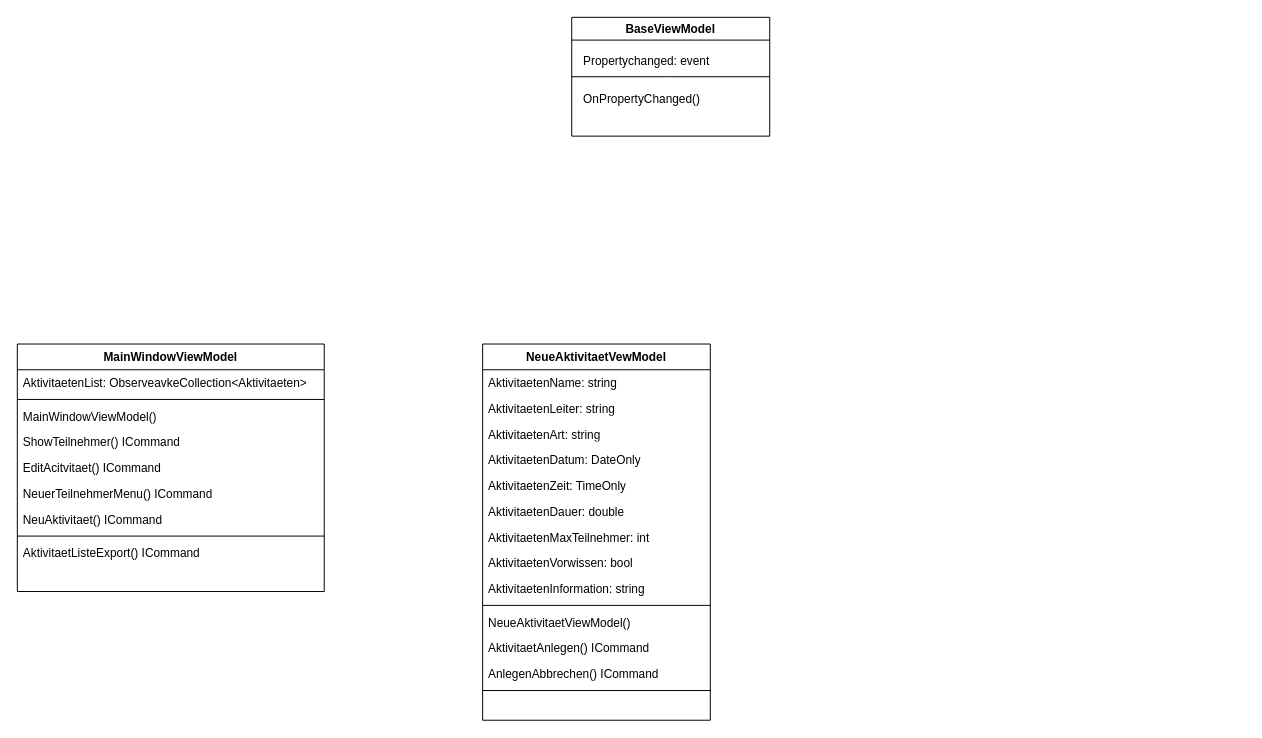
Above: CVAVT/Diagrams/UML_erweitert.drawio in mastapetz/CVAVT (draw.io), before the change. Source tidied: cells renumbered, new cells numbered last; positions are measured from the earlier drawing's top-left corner, leaving out a move shared by most shapes. Both pictures are drawn from the tidied source at 99%, with x=0, y=0 at pixel (17, 17).
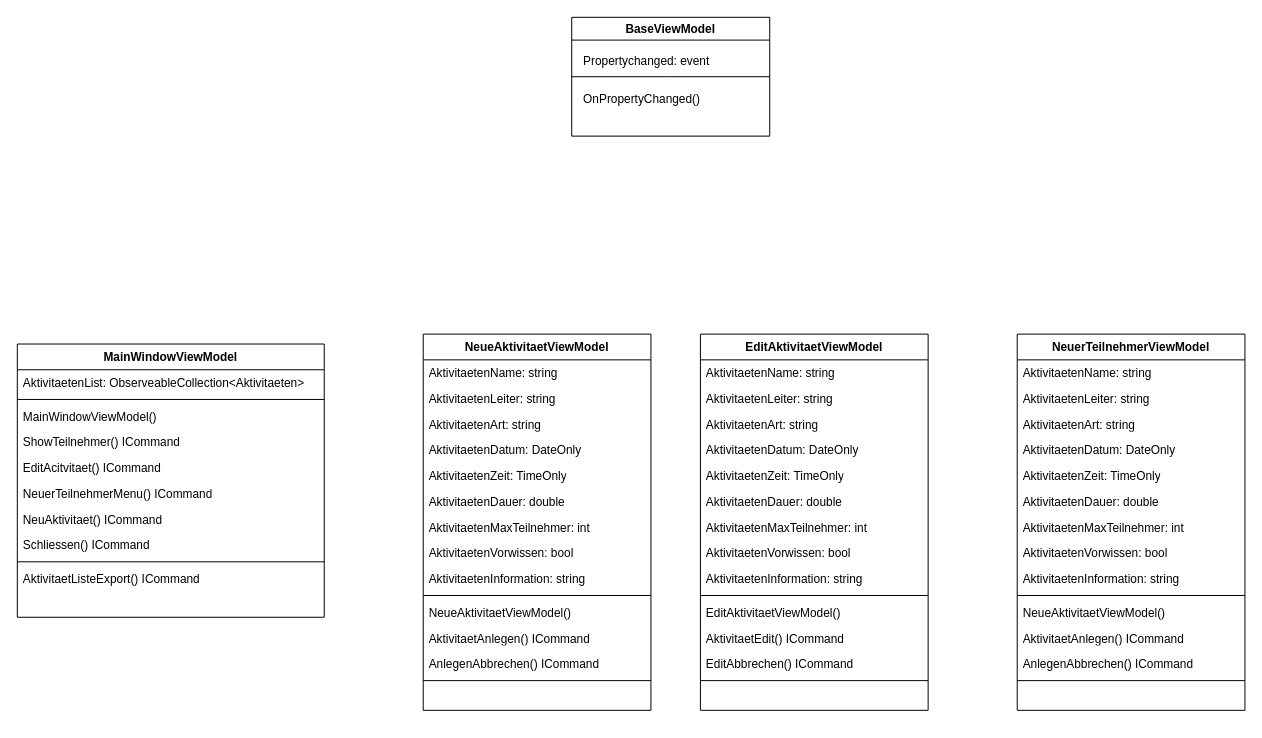
The same page after the edit.

Commit message:
EditAktivitaet, NeuerTeilnehmer hinzugefügt

What changed in the source:
```diff
@@
-    <mxCell id="6" value="NeueAktivitaetVewModel" style="swimlane;fontStyle=1;align=center;verticalAlign=top;horizontal=1;startSize=26;whiteSpace=wrap;html=1;" parent="1" vertex="1">
-      <mxGeometry x="470" y="330" width="230" height="380" as="geometry" />
+    <mxCell id="6" value="NeueAktivitaetViewModel" style="swimlane;fontStyle=1;align=center;verticalAlign=top;horizontal=1;startSize=26;whiteSpace=wrap;html=1;" parent="1" vertex="1">
+      <mxGeometry x="410" y="320" width="230" height="380" as="geometry" />
     </mxCell>
@@
     <mxCell id="22" value="MainWindowViewModel" style="swimlane;fontStyle=1;align=center;verticalAlign=top;horizontal=1;startSize=26;whiteSpace=wrap;html=1;" parent="1" vertex="1">
-      <mxGeometry y="330" width="310" height="250" as="geometry" />
+      <mxGeometry y="330" width="310" height="276" as="geometry" />
     </mxCell>
-    <mxCell id="23" value="AktivitaetenList: ObserveavkeCollection&amp;lt;Aktivitaeten&amp;gt;" style="text;strokeColor=none;fillColor=none;align=left;verticalAlign=top;spacingLeft=4;spacingRight=4;overflow=hidden;whiteSpace=wrap;html=1;" parent="22" vertex="1">
+    <mxCell id="23" value="AktivitaetenList: ObserveableCollection&amp;lt;Aktivitaeten&amp;gt;" style="text;strokeColor=none;fillColor=none;align=left;verticalAlign=top;spacingLeft=4;spacingRight=4;overflow=hidden;whiteSpace=wrap;html=1;" parent="22" vertex="1">
       <mxGeometry y="26" width="310" height="26" as="geometry" />
     </mxCell>
@@
+    <mxCell id="33" value="Schliessen() ICommand" style="text;strokeColor=none;fillColor=none;align=left;verticalAlign=top;spacingLeft=4;spacingRight=4;overflow=hidden;whiteSpace=wrap;html=1;" parent="22" vertex="1">
+      <mxGeometry y="190" width="310" height="26" as="geometry" />
+    </mxCell>
     <mxCell id="30" style="line;strokeWidth=1;fillColor=none;align=left;verticalAlign=middle;spacingTop=-1;spacingLeft=3;spacingRight=3;labelPosition=right;strokeColor=inherit;" parent="22" vertex="1">
-      <mxGeometry y="190" width="310" height="8" as="geometry" />
+      <mxGeometry y="216" width="310" height="8" as="geometry" />
     </mxCell>
     <mxCell id="31" value="AktivitaetListeExport() ICommand" style="text;strokeColor=none;fillColor=none;align=left;verticalAlign=top;spacingLeft=4;spacingRight=4;overflow=hidden;whiteSpace=wrap;html=1;" parent="22" vertex="1">
-      <mxGeometry y="198" width="310" height="26" as="geometry" />
+      <mxGeometry y="224" width="310" height="26" as="geometry" />
     </mxCell>
     <mxCell id="32" style="text;strokeColor=none;fillColor=none;align=left;verticalAlign=top;spacingLeft=4;spacingRight=4;overflow=hidden;whiteSpace=wrap;html=1;" parent="22" vertex="1">
-      <mxGeometry y="224" width="310" height="26" as="geometry" />
+      <mxGeometry y="250" width="310" height="26" as="geometry" />
     </mxCell>
+    <mxCell id="34" value="EditAktivitaetViewModel" style="swimlane;fontStyle=1;align=center;verticalAlign=top;horizontal=1;startSize=26;whiteSpace=wrap;html=1;" parent="1" vertex="1">
+      <mxGeometry x="690" y="320" width="230" height="380" as="geometry" />
+    </mxCell>
+    <mxCell id="35" value="AktivitaetenName: string" style="text;strokeColor=none;fillColor=none;align=left;verticalAlign=top;spacingLeft=4;spacingRight=4;overflow=hidden;whiteSpace=wrap;html=1;" parent="34" vertex="1">
+      <mxGeometry y="26" width="230" height="26" as="geometry" />
+    </mxCell>
+    <mxCell id="36" value="AktivitaetenLeiter: string" style="text;strokeColor=none;fillColor=none;align=left;verticalAlign=top;spacingLeft=4;spacingRight=4;overflow=hidden;whiteSpace=wrap;html=1;" parent="34" vertex="1">
+      <mxGeometry y="52" width="230" height="26" as="geometry" />
+    </mxCell>
+    <mxCell id="37" value="AktivitaetenArt: string" style="text;strokeColor=none;fillColor=none;align=left;verticalAlign=top;spacingLeft=4;spacingRight=4;overflow=hidden;whiteSpace=wrap;html=1;" parent="34" vertex="1">
+      <mxGeometry y="78" width="230" height="26" as="geometry" />
+    </mxCell>
+    <mxCell id="38" value="AktivitaetenDatum: DateOnly" style="text;strokeColor=none;fillColor=none;align=left;verticalAlign=top;spacingLeft=4;spacingRight=4;overflow=hidden;whiteSpace=wrap;html=1;" parent="34" vertex="1">
+      <mxGeometry y="104" width="230" height="26" as="geometry" />
+    </mxCell>
+    <mxCell id="39" value="AktivitaetenZeit: TimeOnly" style="text;strokeColor=none;fillColor=none;align=left;verticalAlign=top;spacingLeft=4;spacingRight=4;overflow=hidden;whiteSpace=wrap;html=1;" parent="34" vertex="1">
+      <mxGeometry y="130" width="230" height="26" as="geometry" />
+    </mxCell>
+    <mxCell id="40" value="AktivitaetenDauer: double" style="text;strokeColor=none;fillColor=none;align=left;verticalAlign=top;spacingLeft=4;spacingRight=4;overflow=hidden;whiteSpace=wrap;html=1;" parent="34" vertex="1">
+      <mxGeometry y="156" width="230" height="26" as="geometry" />
+    </mxCell>
+    <mxCell id="41" value="AktivitaetenMaxTeilnehmer: int" style="text;strokeColor=none;fillColor=none;align=left;verticalAlign=top;spacingLeft=4;spacingRight=4;overflow=hidden;whiteSpace=wrap;html=1;" parent="34" vertex="1">
+      <mxGeometry y="182" width="230" height="26" as="geometry" />
+    </mxCell>
+    <mxCell id="42" value="AktivitaetenVorwissen: bool" style="text;strokeColor=none;fillColor=none;align=left;verticalAlign=top;spacingLeft=4;spacingRight=4;overflow=hidden;whiteSpace=wrap;html=1;" parent="34" vertex="1">
+      <mxGeometry y="208" width="230" height="26" as="geometry" />
+    </mxCell>
+    <mxCell id="43" value="AktivitaetenInformation: string" style="text;strokeColor=none;fillColor=none;align=left;verticalAlign=top;spacingLeft=4;spacingRight=4;overflow=hidden;whiteSpace=wrap;html=1;" parent="34" vertex="1">
+      <mxGeometry y="234" width="230" height="26" as="geometry" />
+    </mxCell>
+    <mxCell id="44" style="line;strokeWidth=1;fillColor=none;align=left;verticalAlign=middle;spacingTop=-1;spacingLeft=3;spacingRight=3;labelPosition=right;strokeColor=inherit;" parent="34" vertex="1">
+      <mxGeometry y="260" width="230" height="8" as="geometry" />
+    </mxCell>
+    <mxCell id="45" value="EditAktivitaetViewModel()" style="text;strokeColor=none;fillColor=none;align=left;verticalAlign=top;spacingLeft=4;spacingRight=4;overflow=hidden;whiteSpace=wrap;html=1;" parent="34" vertex="1">
+      <mxGeometry y="268" width="230" height="26" as="geometry" />
+    </mxCell>
+    <mxCell id="46" value="AktivitaetEdit() ICommand" style="text;strokeColor=none;fillColor=none;align=left;verticalAlign=top;spacingLeft=4;spacingRight=4;overflow=hidden;whiteSpace=wrap;html=1;" parent="34" vertex="1">
+      <mxGeometry y="294" width="230" height="26" as="geometry" />
+    </mxCell>
+    <mxCell id="47" value="EditAbbrechen() ICommand" style="text;strokeColor=none;fillColor=none;align=left;verticalAlign=top;spacingLeft=4;spacingRight=4;overflow=hidden;whiteSpace=wrap;html=1;" parent="34" vertex="1">
+      <mxGeometry y="320" width="230" height="26" as="geometry" />
+    </mxCell>
+    <mxCell id="48" style="line;strokeWidth=1;fillColor=none;align=left;verticalAlign=middle;spacingTop=-1;spacingLeft=3;spacingRight=3;labelPosition=right;strokeColor=inherit;" parent="34" vertex="1">
+      <mxGeometry y="346" width="230" height="8" as="geometry" />
+    </mxCell>
+    <mxCell id="49" style="text;strokeColor=none;fillColor=none;align=left;verticalAlign=top;spacingLeft=4;spacingRight=4;overflow=hidden;whiteSpace=wrap;html=1;" parent="34" vertex="1">
+      <mxGeometry y="354" width="230" height="26" as="geometry" />
+    </mxCell>
+    <mxCell id="50" value="NeuerTeilnehmerViewModel" style="swimlane;fontStyle=1;align=center;verticalAlign=top;horizontal=1;startSize=26;whiteSpace=wrap;html=1;" parent="1" vertex="1">
+      <mxGeometry x="1010" y="320" width="230" height="380" as="geometry" />
+    </mxCell>
+    <mxCell id="51" value="AktivitaetenName: string" style="text;strokeColor=none;fillColor=none;align=left;verticalAlign=top;spacingLeft=4;spacingRight=4;overflow=hidden;whiteSpace=wrap;html=1;" parent="50" vertex="1">
+      <mxGeometry y="26" width="230" height="26" as="geometry" />
+    </mxCell>
+    <mxCell id="52" value="AktivitaetenLeiter: string" style="text;strokeColor=none;fillColor=none;align=left;verticalAlign=top;spacingLeft=4;spacingRight=4;overflow=hidden;whiteSpace=wrap;html=1;" parent="50" vertex="1">
+      <mxGeometry y="52" width="230" height="26" as="geometry" />
+    </mxCell>
+    <mxCell id="53" value="AktivitaetenArt: string" style="text;strokeColor=none;fillColor=none;align=left;verticalAlign=top;spacingLeft=4;spacingRight=4;overflow=hidden;whiteSpace=wrap;html=1;" parent="50" vertex="1">
+      <mxGeometry y="78" width="230" height="26" as="geometry" />
+    </mxCell>
+    <mxCell id="54" value="AktivitaetenDatum: DateOnly" style="text;strokeColor=none;fillColor=none;align=left;verticalAlign=top;spacingLeft=4;spacingRight=4;overflow=hidden;whiteSpace=wrap;html=1;" parent="50" vertex="1">
+      <mxGeometry y="104" width="230" height="26" as="geometry" />
+    </mxCell>
+    <mxCell id="55" value="AktivitaetenZeit: TimeOnly" style="text;strokeColor=none;fillColor=none;align=left;verticalAlign=top;spacingLeft=4;spacingRight=4;overflow=hidden;whiteSpace=wrap;html=1;" parent="50" vertex="1">
+      <mxGeometry y="130" width="230" height="26" as="geometry" />
+    </mxCell>
+    <mxCell id="56" value="AktivitaetenDauer: double" style="text;strokeColor=none;fillColor=none;align=left;verticalAlign=top;spacingLeft=4;spacingRight=4;overflow=hidden;whiteSpace=wrap;html=1;" parent="50" vertex="1">
+      <mxGeometry y="156" width="230" height="26" as="geometry" />
+    </mxCell>
+    <mxCell id="57" value="AktivitaetenMaxTeilnehmer: int" style="text;strokeColor=none;fillColor=none;align=left;verticalAlign=top;spacingLeft=4;spacingRight=4;overflow=hidden;whiteSpace=wrap;html=1;" parent="50" vertex="1">
+      <mxGeometry y="182" width="230" height="26" as="geometry" />
+    </mxCell>
+    <mxCell id="58" value="AktivitaetenVorwissen: bool" style="text;strokeColor=none;fillColor=none;align=left;verticalAlign=top;spacingLeft=4;spacingRight=4;overflow=hidden;whiteSpace=wrap;html=1;" parent="50" vertex="1">
+      <mxGeometry y="208" width="230" height="26" as="geometry" />
+    </mxCell>
+    <mxCell id="59" value="AktivitaetenInformation: string" style="text;strokeColor=none;fillColor=none;align=left;verticalAlign=top;spacingLeft=4;spacingRight=4;overflow=hidden;whiteSpace=wrap;html=1;" parent="50" vertex="1">
+      <mxGeometry y="234" width="230" height="26" as="geometry" />
+    </mxCell>
+    <mxCell id="60" style="line;strokeWidth=1;fillColor=none;align=left;verticalAlign=middle;spacingTop=-1;spacingLeft=3;spacingRight=3;labelPosition=right;strokeColor=inherit;" parent="50" vertex="1">
+      <mxGeometry y="260" width="230" height="8" as="geometry" />
+    </mxCell>
+    <mxCell id="61" value="NeueAktivitaetViewModel()" style="text;strokeColor=none;fillColor=none;align=left;verticalAlign=top;spacingLeft=4;spacingRight=4;overflow=hidden;whiteSpace=wrap;html=1;" parent="50" vertex="1">
+      <mxGeometry y="268" width="230" height="26" as="geometry" />
+    </mxCell>
+    <mxCell id="62" value="AktivitaetAnlegen() ICommand" style="text;strokeColor=none;fillColor=none;align=left;verticalAlign=top;spacingLeft=4;spacingRight=4;overflow=hidden;whiteSpace=wrap;html=1;" parent="50" vertex="1">
+      <mxGeometry y="294" width="230" height="26" as="geometry" />
+    </mxCell>
+    <mxCell id="63" value="AnlegenAbbrechen() ICommand" style="text;strokeColor=none;fillColor=none;align=left;verticalAlign=top;spacingLeft=4;spacingRight=4;overflow=hidden;whiteSpace=wrap;html=1;" parent="50" vertex="1">
+      <mxGeometry y="320" width="230" height="26" as="geometry" />
+    </mxCell>
+    <mxCell id="64" style="line;strokeWidth=1;fillColor=none;align=left;verticalAlign=middle;spacingTop=-1;spacingLeft=3;spacingRight=3;labelPosition=right;strokeColor=inherit;" parent="50" vertex="1">
+      <mxGeometry y="346" width="230" height="8" as="geometry" />
+    </mxCell>
+    <mxCell id="65" style="text;strokeColor=none;fillColor=none;align=left;verticalAlign=top;spacingLeft=4;spacingRight=4;overflow=hidden;whiteSpace=wrap;html=1;" parent="50" vertex="1">
+      <mxGeometry y="354" width="230" height="26" as="geometry" />
+    </mxCell>
```
